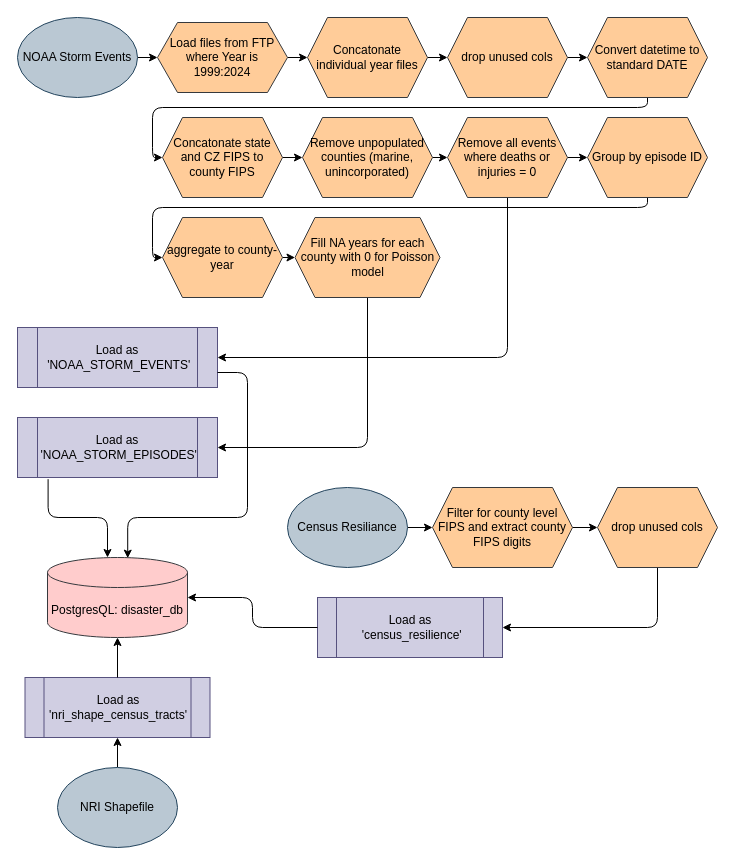
Earlier version of the draw.io diagram ETL_graph.drawio (abdbtech/capstone). Source tidied: cells renumbered, new cells numbered last; positions are measured from the earlier drawing's top-left corner, leaving out a move shared by most shapes. Both pictures are drawn from the tidied source at 100%, with x=0, y=0 at pixel (17, 17).
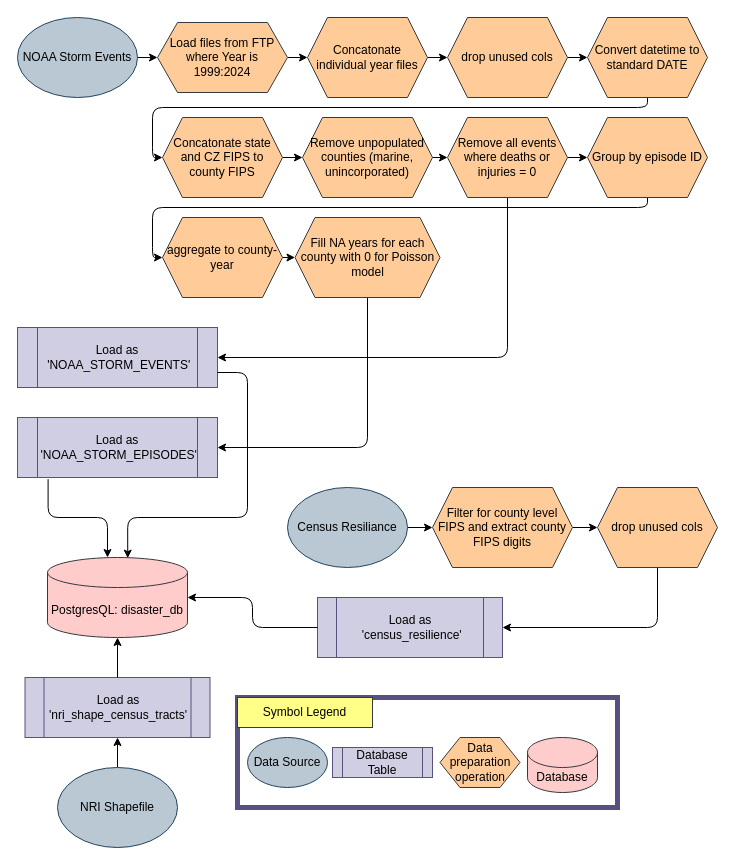
The same diagram, later.

Change to the diagram source:
```diff
@@
+    <mxCell id="42" style="rounded=0;whiteSpace=wrap;html=1;fillColor=none;strokeColor=#56517e;strokeWidth=5;" parent="1" vertex="1">
+      <mxGeometry x="220" y="680" width="380" height="110" as="geometry" />
+    </mxCell>
@@
+    <mxCell id="43" value="Data Source" style="ellipse;whiteSpace=wrap;html=1;fillColor=#bac8d3;strokeColor=#23445d;" parent="1" vertex="1">
+      <mxGeometry x="230" y="720" width="80" height="50" as="geometry" />
+    </mxCell>
+    <mxCell id="44" value="Data preparation operation" style="shape=hexagon;perimeter=hexagonPerimeter2;whiteSpace=wrap;html=1;fixedSize=1;fillColor=#ffcc99;strokeColor=#36393d;" parent="1" vertex="1">
+      <mxGeometry x="422.5" y="720" width="80" height="50" as="geometry" />
+    </mxCell>
+    <mxCell id="45" value="Database Table" style="shape=process;whiteSpace=wrap;html=1;backgroundOutline=1;fillColor=#d0cee2;strokeColor=#56517e;" parent="1" vertex="1">
+      <mxGeometry x="315" y="730" width="100" height="30" as="geometry" />
+    </mxCell>
+    <mxCell id="46" value="&lt;div&gt;Database&lt;/div&gt;" style="shape=cylinder3;whiteSpace=wrap;html=1;boundedLbl=1;backgroundOutline=1;size=15;fillColor=#ffcccc;strokeColor=#36393d;" parent="1" vertex="1">
+      <mxGeometry x="510" y="720" width="70" height="55" as="geometry" />
+    </mxCell>
+    <mxCell id="47" value="Symbol Legend" style="text;html=1;align=center;verticalAlign=middle;whiteSpace=wrap;rounded=0;fillColor=#ffff88;strokeColor=#36393d;" parent="1" vertex="1">
+      <mxGeometry x="220" y="680" width="135" height="30" as="geometry" />
+    </mxCell>
```
